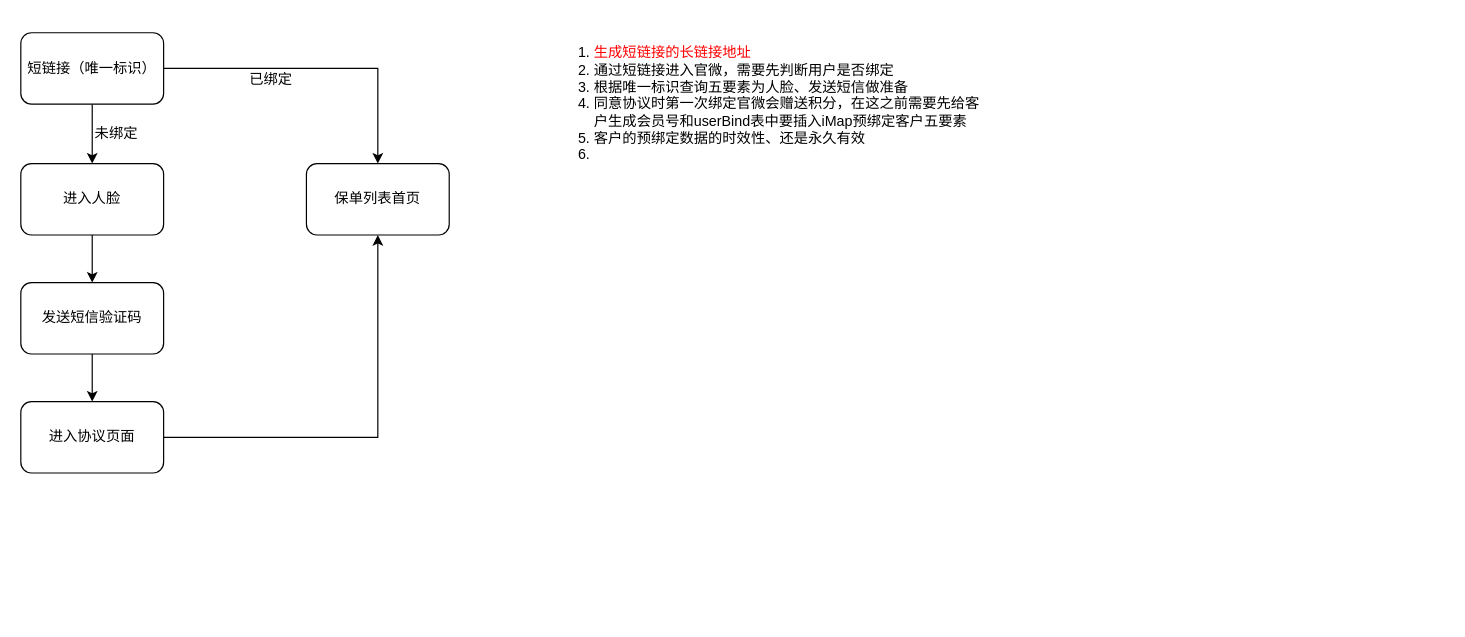
Earlier version of the draw.io diagram page "第 5 页" (5 of 5) of Untitled Diagram.drawio (GaoAng-HRERS/diagram). Source tidied: cells renumbered, new cells numbered last; positions are measured from the earlier drawing's top-left corner, leaving out a move shared by most shapes. Both pictures are drawn from the tidied source at 119%, with x=0, y=0 at pixel (20, 20).
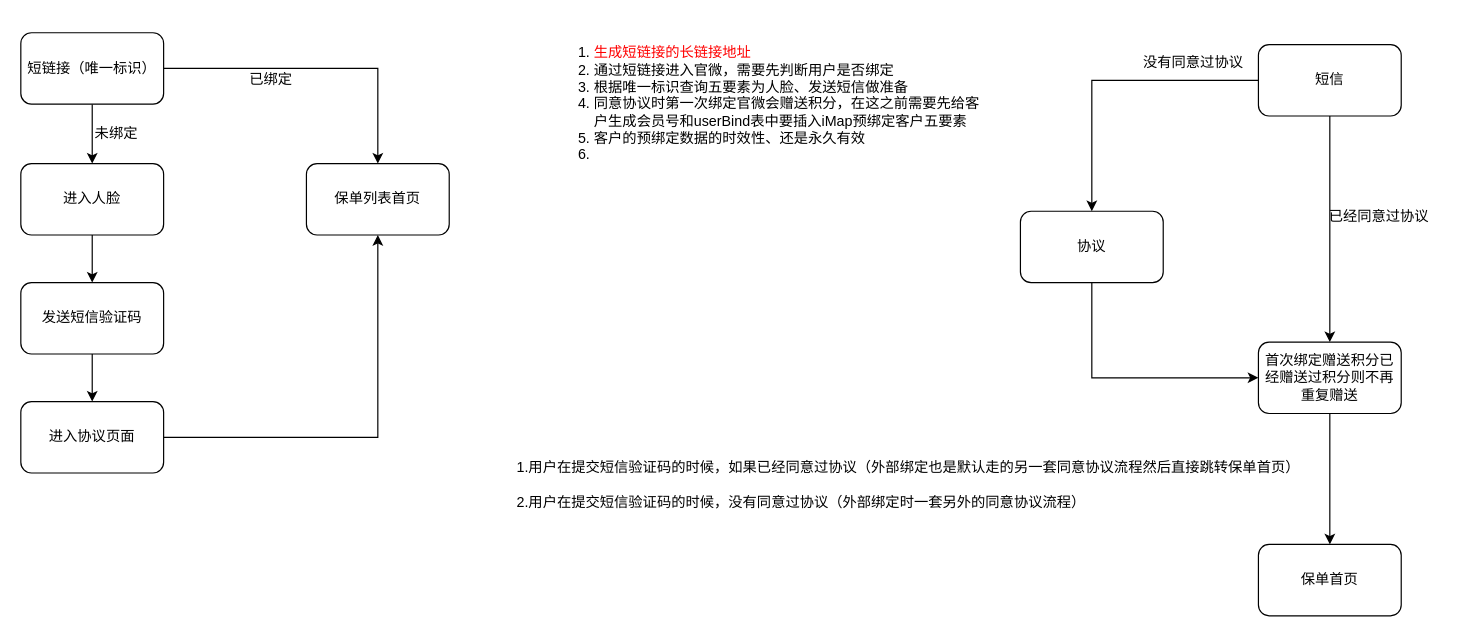
After the change.

Commit message:
iMAP预绑定流程分析

The edit, as a diff of the source:
```diff
@@
+    <mxCell id="15" style="edgeStyle=orthogonalEdgeStyle;rounded=0;jettySize=auto;html=1;" parent="1" edge="1" source="17" target="19">
+      <mxGeometry relative="1" as="geometry" />
+    </mxCell>
+    <mxCell id="16" style="edgeStyle=orthogonalEdgeStyle;rounded=0;jettySize=auto;html=1;entryX=0.5;entryY=0;entryDx=0;entryDy=0;" parent="1" edge="1" source="17" target="24">
+      <mxGeometry relative="1" as="geometry" />
+    </mxCell>
+    <mxCell id="17" value="短信" style="rounded=1;whiteSpace=wrap;html=1;" parent="1" vertex="1">
+      <mxGeometry x="1040" y="20" width="120" height="60" as="geometry" />
+    </mxCell>
+    <mxCell id="18" style="edgeStyle=orthogonalEdgeStyle;rounded=0;jettySize=auto;html=1;entryX=0;entryY=0.5;entryDx=0;entryDy=0;" parent="1" edge="1" source="19" target="24">
+      <mxGeometry relative="1" as="geometry">
+        <Array as="points">
+          <mxPoint x="900" y="300" />
+        </Array>
+      </mxGeometry>
+    </mxCell>
+    <mxCell id="19" value="协议" style="rounded=1;whiteSpace=wrap;html=1;" parent="1" vertex="1">
+      <mxGeometry x="840" y="160" width="120" height="60" as="geometry" />
+    </mxCell>
+    <mxCell id="20" value="保单首页" style="rounded=1;whiteSpace=wrap;html=1;" parent="1" vertex="1">
+      <mxGeometry x="1040" y="440" width="120" height="60" as="geometry" />
+    </mxCell>
+    <mxCell id="21" value="没有同意过协议" style="text;html=1;align=center;verticalAlign=middle;strokeColor=none;fillColor=none;" parent="1" vertex="1">
+      <mxGeometry x="930" y="20" width="110" height="30" as="geometry" />
+    </mxCell>
+    <mxCell id="22" value="已经同意过协议" style="text;html=1;align=center;verticalAlign=middle;strokeColor=none;fillColor=none;" parent="1" vertex="1">
+      <mxGeometry x="1086" y="150" width="110" height="30" as="geometry" />
+    </mxCell>
+    <mxCell id="23" style="edgeStyle=orthogonalEdgeStyle;rounded=0;jettySize=auto;html=1;entryX=0.5;entryY=0;entryDx=0;entryDy=0;" parent="1" edge="1" source="24" target="20">
+      <mxGeometry relative="1" as="geometry" />
+    </mxCell>
+    <mxCell id="24" value="首次绑定赠送积分已经赠送过积分则不再重复赠送" style="rounded=1;whiteSpace=wrap;html=1;" parent="1" vertex="1">
+      <mxGeometry x="1040" y="270" width="120" height="60" as="geometry" />
+    </mxCell>
+    <mxCell id="25" value="1.用户在提交短信验证码的时候，如果已经同意过协议（外部绑定也是默认走的另一套同意协议流程然后直接跳转保单首页）&lt;br&gt;&lt;br&gt;2.用户在提交短信验证码的时候，没有同意过协议（外部绑定时一套另外的同意协议流程）" style="text;html=1;align=left;verticalAlign=middle;strokeColor=none;fillColor=none;" parent="1" vertex="1">
+      <mxGeometry x="415" y="360" width="680" height="60" as="geometry" />
+    </mxCell>
```
